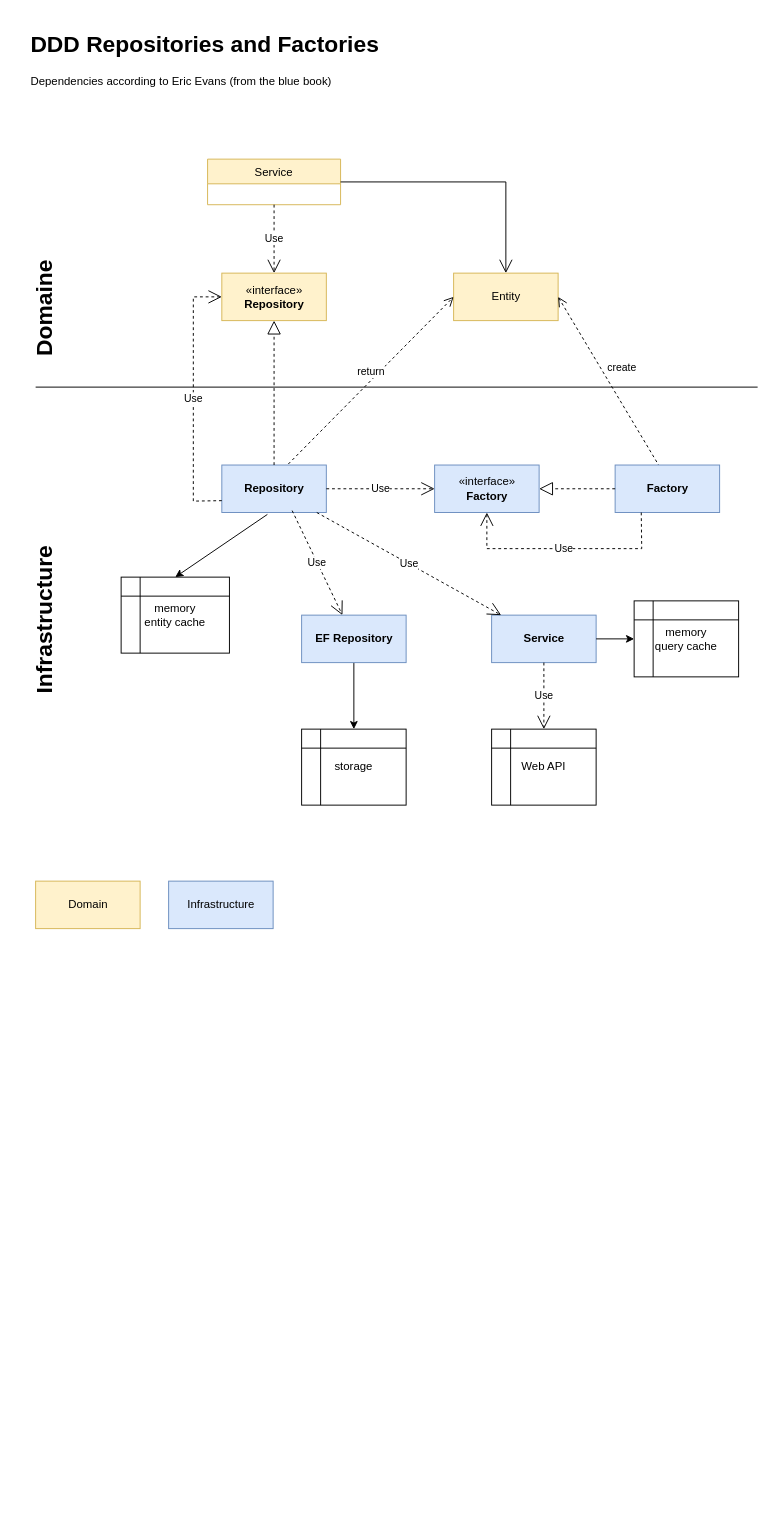
This is DDD overview2.drawio from franck-gaspoz/DDD, a draw.io file, before an edit. Source tidied: cells renumbered, new cells numbered last; positions are measured from the earlier drawing's top-left corner, leaving out a move shared by most shapes. Both pictures are drawn from the tidied source at 95%, with x=0, y=0 at pixel (16, 26).
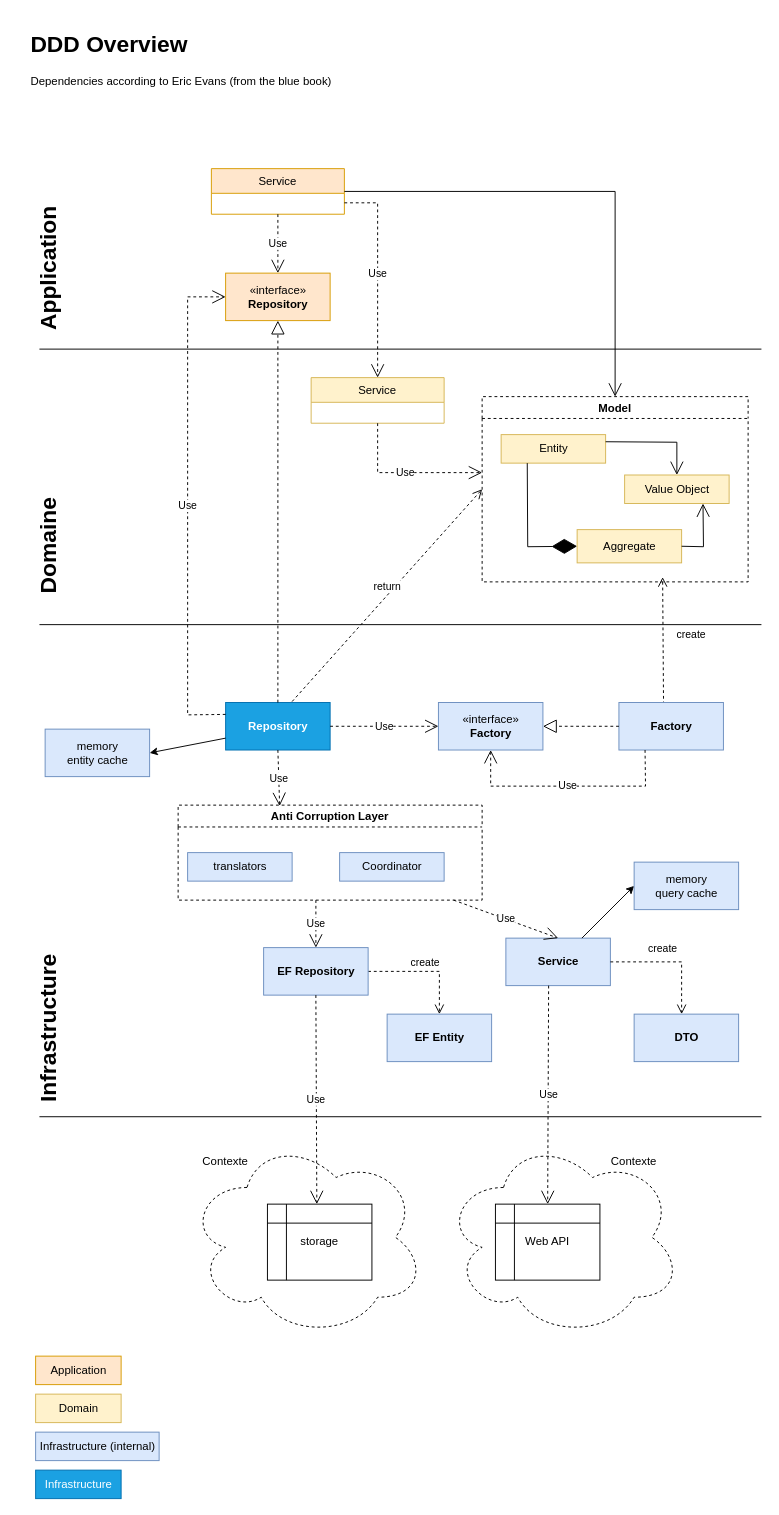
Above is the later version.

What changed in the source:
```diff
@@
-    <mxCell id="2" value="Service" style="swimlane;fontStyle=0;horizontal=1;startSize=26;fillColor=#fff2cc;strokeColor=#d6b656;" parent="1" vertex="1">
-      <mxGeometry x="201" y="140" width="140" height="48" as="geometry" />
+    <mxCell id="2" value="Service" style="swimlane;fontStyle=0;horizontal=1;startSize=26;fillColor=#ffe6cc;strokeColor=#d79b00;" parent="1" vertex="1">
+      <mxGeometry x="205" y="150" width="140" height="48" as="geometry" />
     </mxCell>
-    <mxCell id="3" value="«interface»&lt;br&gt;&lt;b&gt;Repository&lt;/b&gt;" style="html=1;fillColor=#fff2cc;strokeColor=#d6b656;" parent="1" vertex="1">
-      <mxGeometry x="216" y="260" width="110" height="50" as="geometry" />
+    <mxCell id="3" value="«interface»&lt;br&gt;&lt;b&gt;Repository&lt;/b&gt;" style="html=1;fillColor=#ffe6cc;strokeColor=#d79b00;" parent="1" vertex="1">
+      <mxGeometry x="220" y="260" width="110" height="50" as="geometry" />
     </mxCell>
     <mxCell id="4" value="«interface»&lt;br&gt;&lt;b&gt;Factory&lt;/b&gt;" style="html=1;fillColor=#dae8fc;strokeColor=#6c8ebf;" parent="1" vertex="1">
-      <mxGeometry x="440" y="462" width="110" height="50" as="geometry" />
+      <mxGeometry x="444" y="712" width="110" height="50" as="geometry" />
     </mxCell>
-    <mxCell id="5" value="Use" style="endArrow=open;endSize=12;dashed=1;html=1;rounded=0;exitX=0.5;exitY=1;exitDx=0;exitDy=0;" parent="1" edge="1" source="2" target="3">
+    <mxCell id="5" value="Use" style="endArrow=open;endSize=12;dashed=1;html=1;rounded=0;exitX=0.5;exitY=1;exitDx=0;exitDy=0;entryX=0.5;entryY=0;entryDx=0;entryDy=0;" parent="1" edge="1" source="2" target="3">
       <mxGeometry relative="1" as="geometry" />
     </mxCell>
-    <mxCell id="6" style="edgeStyle=orthogonalEdgeStyle;rounded=0;jettySize=auto;html=1;exitX=0.5;exitY=1;exitDx=0;exitDy=0;entryX=0.5;entryY=0;entryDx=0;entryDy=0;" parent="1" edge="1" source="30" target="7">
-      <mxGeometry relative="1" as="geometry" />
-    </mxCell>
     <mxCell id="7" value="storage" style="shape=internalStorage;whiteSpace=wrap;html=1;backgroundOutline=1;" parent="1" vertex="1">
-      <mxGeometry x="300" y="740" width="110" height="80" as="geometry" />
+      <mxGeometry x="264" y="1240" width="110" height="80" as="geometry" />
     </mxCell>
-    <mxCell id="8" value="Entity" style="html=1;fillColor=#fff2cc;strokeColor=#d6b656;" parent="1" vertex="1">
-      <mxGeometry x="460" y="260" width="110" height="50" as="geometry" />
-    </mxCell>
-    <mxCell id="9" value="return" style="html=1;verticalAlign=bottom;endArrow=open;dashed=1;endSize=8;rounded=0;entryX=0;entryY=0.5;entryDx=0;entryDy=0;exitX=0.636;exitY=-0.02;exitDx=0;exitDy=0;exitPerimeter=0;" parent="1" edge="1" source="15" target="8">
+    <mxCell id="9" value="return" style="html=1;verticalAlign=bottom;endArrow=open;dashed=1;endSize=8;rounded=0;entryX=0;entryY=0.5;entryDx=0;entryDy=0;exitX=0.636;exitY=-0.02;exitDx=0;exitDy=0;exitPerimeter=0;" parent="1" edge="1" source="15" target="45">
       <mxGeometry relative="1" as="geometry" />
     </mxCell>
-    <mxCell id="10" value="create" style="html=1;verticalAlign=bottom;endArrow=open;dashed=1;endSize=8;rounded=0;entryX=1;entryY=0.5;entryDx=0;entryDy=0;exitX=0.427;exitY=0.04;exitDx=0;exitDy=0;exitPerimeter=0;" parent="1" edge="1" source="16" target="8">
-      <mxGeometry x="-0.02" y="-15" relative="1" as="geometry">
-        <mxPoint x="-1" as="offset" />
+    <mxCell id="10" value="create" style="html=1;verticalAlign=bottom;endArrow=open;dashed=1;endSize=8;rounded=0;exitX=0.427;exitY=0.04;exitDx=0;exitDy=0;exitPerimeter=0;" parent="1" edge="1" source="16">
+      <mxGeometry x="-0.05" y="-29" relative="1" as="geometry">
+        <mxPoint x="680" y="580" as="targetPoint" />
       </mxGeometry>
     </mxCell>
-    <mxCell id="11" value="memory&lt;br&gt;entity cache" style="shape=internalStorage;whiteSpace=wrap;html=1;backgroundOutline=1;align=center;" parent="1" vertex="1">
-      <mxGeometry x="110" y="580" width="114" height="80" as="geometry" />
-    </mxCell>
     <mxCell id="12" value="Domain" style="html=1;fillColor=#fff2cc;strokeColor=#d6b656;" parent="1" vertex="1">
-      <mxGeometry x="20" y="900" width="110" height="50" as="geometry" />
+      <mxGeometry x="20" y="1440" width="90" height="30" as="geometry" />
     </mxCell>
-    <mxCell id="13" value="Infrastructure" style="html=1;fillColor=#dae8fc;strokeColor=#6c8ebf;" parent="1" vertex="1">
-      <mxGeometry x="160" y="900" width="110" height="50" as="geometry" />
+    <mxCell id="13" value="Infrastructure (internal)" style="html=1;fillColor=#dae8fc;strokeColor=#6c8ebf;" parent="1" vertex="1">
+      <mxGeometry x="20" y="1480" width="130" height="30" as="geometry" />
     </mxCell>
-    <mxCell id="14" value="&lt;h1&gt;DDD Repositories and Factories&lt;/h1&gt;&lt;p&gt;Dependencies according to Eric Evans (from the blue book)&lt;/p&gt;" style="text;html=1;strokeColor=none;fillColor=none;spacing=5;spacingTop=-20;whiteSpace=wrap;overflow=hidden;rounded=0;" parent="1" vertex="1">
+    <mxCell id="14" value="&lt;h1&gt;DDD Overview&lt;/h1&gt;&lt;p&gt;Dependencies according to Eric Evans (from the blue book)&lt;/p&gt;" style="text;html=1;strokeColor=none;fillColor=none;spacing=5;spacingTop=-20;whiteSpace=wrap;overflow=hidden;rounded=0;" parent="1" vertex="1">
       <mxGeometry x="10" width="390" height="80" as="geometry" />
     </mxCell>
-    <mxCell id="15" value="&lt;b&gt;Repository&lt;/b&gt;" style="html=1;fillColor=#dae8fc;strokeColor=#6c8ebf;" parent="1" vertex="1">
-      <mxGeometry x="216" y="462" width="110" height="50" as="geometry" />
+    <mxCell id="15" value="&lt;b&gt;Repository&lt;/b&gt;" style="html=1;fillColor=#1ba1e2;strokeColor=#006EAF;fontColor=#ffffff;" parent="1" vertex="1">
+      <mxGeometry x="220" y="712" width="110" height="50" as="geometry" />
     </mxCell>
     <mxCell id="16" value="&lt;b&gt;Factory&lt;/b&gt;" style="html=1;fillColor=#dae8fc;strokeColor=#6c8ebf;" parent="1" vertex="1">
-      <mxGeometry x="630" y="462" width="110" height="50" as="geometry" />
+      <mxGeometry x="634" y="712" width="110" height="50" as="geometry" />
     </mxCell>
@@
     <mxCell id="19" value="Use" style="endArrow=open;endSize=12;dashed=1;html=1;rounded=0;exitX=1;exitY=0.5;exitDx=0;exitDy=0;" parent="1" edge="1" source="15">
       <mxGeometry relative="1" as="geometry">
-        <mxPoint x="440" y="487" as="targetPoint" />
+        <mxPoint x="444" y="737" as="targetPoint" />
       </mxGeometry>
     </mxCell>
     <mxCell id="20" style="endArrow=none;html=1;rounded=0;" parent="1" edge="1">
       <mxGeometry relative="1" as="geometry">
-        <mxPoint x="20" y="380" as="sourcePoint" />
-        <mxPoint x="780" y="380" as="targetPoint" />
+        <mxPoint x="24" y="630" as="sourcePoint" />
+        <mxPoint x="784" y="630" as="targetPoint" />
       </mxGeometry>
     </mxCell>
     <mxCell id="21" value="&lt;b&gt;Service&lt;/b&gt;" style="html=1;fillColor=#dae8fc;strokeColor=#6c8ebf;" parent="1" vertex="1">
-      <mxGeometry x="500" y="620" width="110" height="50" as="geometry" />
+      <mxGeometry x="515" y="960" width="110" height="50" as="geometry" />
     </mxCell>
-    <mxCell id="22" value="Use" style="endArrow=open;endSize=12;dashed=1;html=1;rounded=0;" parent="1" edge="1" source="15" target="21">
-      <mxGeometry relative="1" as="geometry" />
-    </mxCell>
-    <mxCell id="23" value="Use" style="endArrow=open;endSize=12;dashed=1;html=1;rounded=0;entryX=0;entryY=0.5;entryDx=0;entryDy=0;exitX=0;exitY=0.75;exitDx=0;exitDy=0;" parent="1" edge="1" source="15" target="3">
+    <mxCell id="23" value="Use" style="endArrow=open;endSize=12;dashed=1;html=1;rounded=0;entryX=0;entryY=0.5;entryDx=0;entryDy=0;exitX=0;exitY=0.25;exitDx=0;exitDy=0;" parent="1" edge="1" source="15" target="3">
       <mxGeometry relative="1" as="geometry">
         <Array as="points">
-          <mxPoint x="186" y="500" />
-          <mxPoint x="186" y="285" />
+          <mxPoint x="180" y="725" />
+          <mxPoint x="180" y="285" />
         </Array>
       </mxGeometry>
     </mxCell>
     <mxCell id="24" value="Use" style="endArrow=open;endSize=12;dashed=1;html=1;rounded=0;exitX=0.25;exitY=1;exitDx=0;exitDy=0;entryX=0.5;entryY=1;entryDx=0;entryDy=0;" parent="1" edge="1" source="16" target="4">
       <mxGeometry relative="1" as="geometry">
         <Array as="points">
-          <mxPoint x="658" y="550" />
-          <mxPoint x="495" y="550" />
+          <mxPoint x="662" y="800" />
+          <mxPoint x="499" y="800" />
         </Array>
       </mxGeometry>
     </mxCell>
     <mxCell id="25" value="&lt;h1&gt;Domaine&lt;/h1&gt;" style="text;html=1;strokeColor=none;fillColor=none;align=center;verticalAlign=middle;whiteSpace=wrap;rounded=0;rotation=-90;" parent="1" vertex="1">
-      <mxGeometry y="282" width="60" height="30" as="geometry" />
+      <mxGeometry x="4" y="532" width="60" height="30" as="geometry" />
     </mxCell>
     <mxCell id="26" value="&lt;h1&gt;Infrastructure&lt;/h1&gt;" style="text;html=1;strokeColor=none;fillColor=none;align=center;verticalAlign=middle;whiteSpace=wrap;rounded=0;rotation=-90;" parent="1" vertex="1">
-      <mxGeometry y="610" width="60" height="30" as="geometry" />
+      <mxGeometry x="4" y="1040" width="60" height="30" as="geometry" />
     </mxCell>
-    <mxCell id="27" style="endArrow=open;endFill=1;endSize=12;html=1;rounded=0;exitX=1;exitY=0.5;exitDx=0;exitDy=0;entryX=0.5;entryY=0;entryDx=0;entryDy=0;" parent="1" edge="1" source="2" target="8">
+    <mxCell id="27" style="endArrow=open;endFill=1;endSize=12;html=1;rounded=0;exitX=1;exitY=0.5;exitDx=0;exitDy=0;entryX=0.5;entryY=0;entryDx=0;entryDy=0;" parent="1" edge="1" source="2" target="45">
       <mxGeometry relative="1" as="geometry">
         <Array as="points">
-          <mxPoint x="515" y="164" />
+          <mxPoint x="630" y="174" />
         </Array>
       </mxGeometry>
     </mxCell>
-    <mxCell id="28" value="Use" style="endArrow=open;endSize=12;dashed=1;html=1;rounded=0;exitX=0.673;exitY=0.96;exitDx=0;exitDy=0;exitPerimeter=0;" parent="1" edge="1" source="15" target="30">
+    <mxCell id="28" value="Use" style="endArrow=open;endSize=12;dashed=1;html=1;rounded=0;exitX=0.5;exitY=1;exitDx=0;exitDy=0;entryX=0.334;entryY=0.01;entryDx=0;entryDy=0;entryPerimeter=0;" parent="1" edge="1" source="15" target="57">
       <mxGeometry relative="1" as="geometry" />
     </mxCell>
-    <mxCell id="29" value="memory&lt;br&gt;query cache" style="shape=internalStorage;whiteSpace=wrap;html=1;backgroundOutline=1;" parent="1" vertex="1">
-      <mxGeometry x="650" y="605" width="110" height="80" as="geometry" />
-    </mxCell>
-    <mxCell id="30" value="&lt;b&gt;EF Repository&lt;/b&gt;" style="html=1;fillColor=#dae8fc;strokeColor=#6c8ebf;" parent="1" vertex="1">
-      <mxGeometry x="300" y="620" width="110" height="50" as="geometry" />
-    </mxCell>
-    <mxCell id="31" style="endArrow=classic;html=1;rounded=0;exitX=0.436;exitY=1.04;exitDx=0;exitDy=0;exitPerimeter=0;entryX=0.5;entryY=0;entryDx=0;entryDy=0;" parent="1" edge="1" source="15" target="11">
+    <mxCell id="31" style="endArrow=classic;html=1;rounded=0;exitX=0;exitY=0.75;exitDx=0;exitDy=0;entryX=1;entryY=0.5;entryDx=0;entryDy=0;" parent="1" edge="1" source="15" target="11">
       <mxGeometry relative="1" as="geometry" />
     </mxCell>
-    <mxCell id="32" style="endArrow=classic;html=1;rounded=0;exitX=1;exitY=0.5;exitDx=0;exitDy=0;entryX=0;entryY=0.5;entryDx=0;entryDy=0;" parent="1" edge="1" source="21" target="29">
+    <mxCell id="32" style="endArrow=classic;html=1;rounded=0;entryX=0;entryY=0.5;entryDx=0;entryDy=0;" parent="1" edge="1" source="21" target="29">
       <mxGeometry relative="1" as="geometry" />
     </mxCell>
     <mxCell id="33" value="Web API" style="shape=internalStorage;whiteSpace=wrap;html=1;backgroundOutline=1;" parent="1" vertex="1">
-      <mxGeometry x="500" y="740" width="110" height="80" as="geometry" />
+      <mxGeometry x="504" y="1240" width="110" height="80" as="geometry" />
     </mxCell>
-    <mxCell id="34" value="Use" style="endArrow=open;endSize=12;dashed=1;html=1;rounded=0;entryX=0.5;entryY=0;entryDx=0;entryDy=0;exitX=0.5;exitY=1;exitDx=0;exitDy=0;" parent="1" edge="1" source="21" target="33">
-      <mxGeometry relative="1" as="geometry" />
+    <mxCell id="34" value="Use" style="endArrow=open;endSize=12;dashed=1;html=1;rounded=0;entryX=0.5;entryY=0;entryDx=0;entryDy=0;" parent="1" edge="1" target="33">
+      <mxGeometry relative="1" as="geometry">
+        <mxPoint x="560" y="1010" as="sourcePoint" />
+      </mxGeometry>
     </mxCell>
+    <mxCell id="35" value="&lt;b&gt;EF Entity&lt;/b&gt;" style="html=1;fillColor=#dae8fc;strokeColor=#6c8ebf;" parent="1" vertex="1">
+      <mxGeometry x="390" y="1040" width="110" height="50" as="geometry" />
+    </mxCell>
+    <mxCell id="36" value="create" style="html=1;verticalAlign=bottom;endArrow=open;dashed=1;endSize=8;rounded=0;entryX=0.5;entryY=0;entryDx=0;entryDy=0;exitX=1;exitY=0.5;exitDx=0;exitDy=0;" parent="1" edge="1" source="30" target="35">
+      <mxGeometry relative="1" as="geometry">
+        <Array as="points">
+          <mxPoint x="445" y="995" />
+        </Array>
+      </mxGeometry>
+    </mxCell>
+    <mxCell id="37" value="&lt;b&gt;DTO&lt;/b&gt;" style="html=1;fillColor=#dae8fc;strokeColor=#6c8ebf;" parent="1" vertex="1">
+      <mxGeometry x="650" y="1040" width="110" height="50" as="geometry" />
+    </mxCell>
+    <mxCell id="38" value="create" style="html=1;verticalAlign=bottom;endArrow=open;dashed=1;endSize=8;rounded=0;exitX=1;exitY=0.5;exitDx=0;exitDy=0;" parent="1" edge="1" source="21">
+      <mxGeometry x="-0.15" y="5" relative="1" as="geometry">
+        <mxPoint x="700" y="1040" as="targetPoint" />
+        <Array as="points">
+          <mxPoint x="700" y="985" />
+        </Array>
+      </mxGeometry>
+    </mxCell>
+    <mxCell id="39" value="Infrastructure" style="html=1;fillColor=#1ba1e2;strokeColor=#006EAF;fontColor=#ffffff;" parent="1" vertex="1">
+      <mxGeometry x="20" y="1520" width="90" height="30" as="geometry" />
+    </mxCell>
+    <mxCell id="40" style="endArrow=none;html=1;rounded=0;" parent="1" edge="1">
+      <mxGeometry relative="1" as="geometry">
+        <mxPoint x="24" y="340" as="sourcePoint" />
+        <mxPoint x="784" y="340" as="targetPoint" />
+      </mxGeometry>
+    </mxCell>
+    <mxCell id="41" value="&lt;h1&gt;Application&lt;/h1&gt;" style="text;html=1;strokeColor=none;fillColor=none;align=center;verticalAlign=middle;whiteSpace=wrap;rounded=0;rotation=-90;" parent="1" vertex="1">
+      <mxGeometry x="4" y="240" width="60" height="30" as="geometry" />
+    </mxCell>
+    <mxCell id="42" value="Service" style="swimlane;fontStyle=0;horizontal=1;startSize=26;fillColor=#fff2cc;strokeColor=#d6b656;" parent="1" vertex="1">
+      <mxGeometry x="310" y="370" width="140" height="48" as="geometry" />
+    </mxCell>
+    <mxCell id="43" value="Use" style="endArrow=open;endSize=12;dashed=1;html=1;rounded=0;exitX=0.5;exitY=1;exitDx=0;exitDy=0;" parent="1" edge="1" source="42">
+      <mxGeometry relative="1" as="geometry">
+        <mxPoint x="490" y="470" as="targetPoint" />
+        <Array as="points">
+          <mxPoint x="380" y="470" />
+        </Array>
+      </mxGeometry>
+    </mxCell>
+    <mxCell id="44" value="Use" style="endArrow=open;endSize=12;dashed=1;html=1;rounded=0;entryX=0.5;entryY=0;entryDx=0;entryDy=0;exitX=1;exitY=0.75;exitDx=0;exitDy=0;" parent="1" edge="1" source="2" target="42">
+      <mxGeometry relative="1" as="geometry">
+        <Array as="points">
+          <mxPoint x="380" y="186" />
+        </Array>
+      </mxGeometry>
+    </mxCell>
+    <mxCell id="45" value="Model" style="swimlane;dashed=1;" parent="1" vertex="1">
+      <mxGeometry x="490" y="390" width="280" height="195" as="geometry" />
+    </mxCell>
+    <mxCell id="46" value="Value Object" style="html=1;fillColor=#fff2cc;strokeColor=#d6b656;" parent="45" vertex="1">
+      <mxGeometry x="150" y="82.5" width="110" height="30" as="geometry" />
+    </mxCell>
+    <mxCell id="8" value="Entity" style="html=1;fillColor=#fff2cc;strokeColor=#d6b656;" parent="45" vertex="1">
+      <mxGeometry x="20" y="40" width="110" height="30" as="geometry" />
+    </mxCell>
+    <mxCell id="47" value="Aggregate" style="html=1;fillColor=#fff2cc;strokeColor=#d6b656;" parent="45" vertex="1">
+      <mxGeometry x="100" y="140" width="110" height="35" as="geometry" />
+    </mxCell>
+    <mxCell id="48" style="endArrow=diamondThin;endFill=1;endSize=24;html=1;rounded=0;entryX=0;entryY=0.5;entryDx=0;entryDy=0;exitX=0.25;exitY=1;exitDx=0;exitDy=0;" parent="45" edge="1" source="8" target="47">
+      <mxGeometry relative="1" as="geometry">
+        <Array as="points">
+          <mxPoint x="48" y="158" />
+        </Array>
+      </mxGeometry>
+    </mxCell>
+    <mxCell id="49" style="endArrow=open;endFill=1;endSize=12;html=1;rounded=0;entryX=0.75;entryY=1;entryDx=0;entryDy=0;exitX=1;exitY=0.5;exitDx=0;exitDy=0;" parent="45" edge="1" source="47" target="46">
+      <mxGeometry relative="1" as="geometry">
+        <Array as="points">
+          <mxPoint x="233" y="158" />
+        </Array>
+      </mxGeometry>
+    </mxCell>
+    <mxCell id="50" style="endArrow=open;endFill=1;endSize=12;html=1;rounded=0;exitX=1;exitY=0.25;exitDx=0;exitDy=0;entryX=0.5;entryY=0;entryDx=0;entryDy=0;" parent="45" edge="1" source="8" target="46">
+      <mxGeometry relative="1" as="geometry">
+        <Array as="points">
+          <mxPoint x="205" y="48" />
+        </Array>
+      </mxGeometry>
+    </mxCell>
+    <mxCell id="51" value="Application" style="html=1;fillColor=#ffe6cc;strokeColor=#d79b00;" parent="1" vertex="1">
+      <mxGeometry x="20" y="1400" width="90" height="30" as="geometry" />
+    </mxCell>
+    <mxCell id="11" value="&lt;span style=&quot;&quot;&gt;memory&lt;/span&gt;&lt;br style=&quot;&quot;&gt;&lt;span style=&quot;&quot;&gt;entity cache&lt;/span&gt;" style="html=1;fillColor=#dae8fc;strokeColor=#6c8ebf;" parent="1" vertex="1">
+      <mxGeometry x="30" y="740" width="110" height="50" as="geometry" />
+    </mxCell>
+    <mxCell id="29" value="&lt;span style=&quot;&quot;&gt;memory&lt;/span&gt;&lt;br style=&quot;&quot;&gt;&lt;span style=&quot;&quot;&gt;query cache&lt;/span&gt;" style="html=1;fillColor=#dae8fc;strokeColor=#6c8ebf;" parent="1" vertex="1">
+      <mxGeometry x="650" y="880" width="110" height="50" as="geometry" />
+    </mxCell>
+    <mxCell id="52" style="ellipse;shape=cloud;whiteSpace=wrap;html=1;fillColor=none;dashed=1;" parent="1" vertex="1">
+      <mxGeometry x="180" y="1170" width="250" height="210" as="geometry" />
+    </mxCell>
+    <mxCell id="53" style="ellipse;shape=cloud;whiteSpace=wrap;html=1;fillColor=none;dashed=1;" parent="1" vertex="1">
+      <mxGeometry x="450" y="1170" width="250" height="210" as="geometry" />
+    </mxCell>
+    <mxCell id="54" style="endArrow=none;html=1;rounded=0;" parent="1" edge="1">
+      <mxGeometry relative="1" as="geometry">
+        <mxPoint x="24" y="1148" as="sourcePoint" />
+        <mxPoint x="784" y="1148" as="targetPoint" />
+      </mxGeometry>
+    </mxCell>
+    <mxCell id="55" value="Contexte" style="text;html=1;strokeColor=none;fillColor=none;align=center;verticalAlign=middle;whiteSpace=wrap;rounded=0;dashed=1;" parent="1" vertex="1">
+      <mxGeometry x="190" y="1180" width="60" height="30" as="geometry" />
+    </mxCell>
+    <mxCell id="56" value="Contexte" style="text;html=1;strokeColor=none;fillColor=none;align=center;verticalAlign=middle;whiteSpace=wrap;rounded=0;dashed=1;" parent="1" vertex="1">
+      <mxGeometry x="620" y="1180" width="60" height="30" as="geometry" />
+    </mxCell>
+    <mxCell id="30" value="&lt;b&gt;EF Repository&lt;/b&gt;" style="html=1;fillColor=#dae8fc;strokeColor=#6c8ebf;" parent="1" vertex="1">
+      <mxGeometry x="260" y="970" width="110" height="50" as="geometry" />
+    </mxCell>
+    <mxCell id="57" value="Anti Corruption Layer" style="swimlane;dashed=1;" parent="1" vertex="1">
+      <mxGeometry x="170" y="820" width="320" height="100" as="geometry" />
+    </mxCell>
+    <mxCell id="58" value="translators" style="html=1;fillColor=#dae8fc;strokeColor=#6c8ebf;" parent="57" vertex="1">
+      <mxGeometry x="10" y="50" width="110" height="30" as="geometry" />
+    </mxCell>
+    <mxCell id="59" value="Coordinator" style="html=1;fillColor=#dae8fc;strokeColor=#6c8ebf;" parent="57" vertex="1">
+      <mxGeometry x="170" y="50" width="110" height="30" as="geometry" />
+    </mxCell>
+    <mxCell id="60" value="Use" style="endArrow=open;endSize=12;dashed=1;html=1;rounded=0;exitX=0.5;exitY=1;exitDx=0;exitDy=0;" parent="1" edge="1" source="30">
+      <mxGeometry relative="1" as="geometry">
+        <mxPoint x="316" y="1240" as="targetPoint" />
+      </mxGeometry>
+    </mxCell>
+    <mxCell id="61" value="Use" style="endArrow=open;endSize=12;dashed=1;html=1;rounded=0;entryX=0.5;entryY=0;entryDx=0;entryDy=0;" parent="1" edge="1" target="30">
+      <mxGeometry relative="1" as="geometry">
+        <mxPoint x="315" y="920" as="sourcePoint" />
+      </mxGeometry>
+    </mxCell>
+    <mxCell id="62" value="Use" style="endArrow=open;endSize=12;dashed=1;html=1;rounded=0;entryX=0.5;entryY=0;entryDx=0;entryDy=0;" parent="1" edge="1" target="21">
+      <mxGeometry relative="1" as="geometry">
+        <mxPoint x="460" y="920" as="sourcePoint" />
+      </mxGeometry>
+    </mxCell>
```
